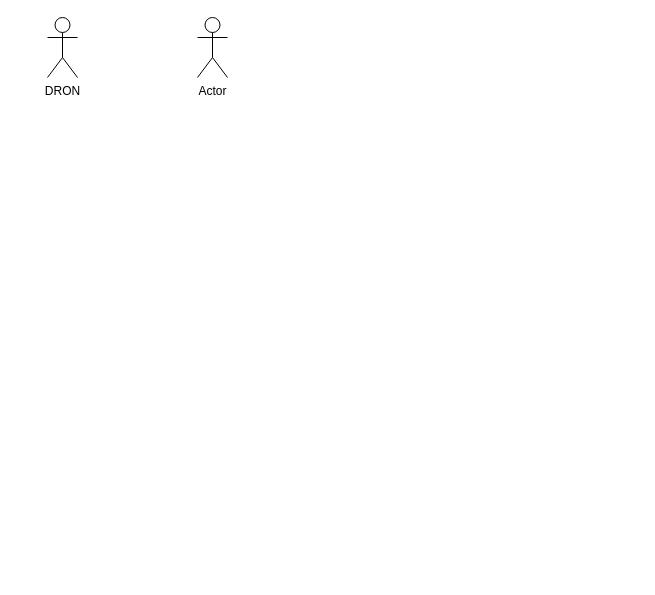
Above: DiagramaSecuenciaCaso3.drawio in Leche-de-flamenco/Proyecto-ETS (draw.io), before the change. Source tidied: cells renumbered, new cells numbered last; positions are measured from the earlier drawing's top-left corner, leaving out a move shared by most shapes. Both pictures are drawn from the tidied source at 100%, with x=0, y=0 at pixel (47, 17).
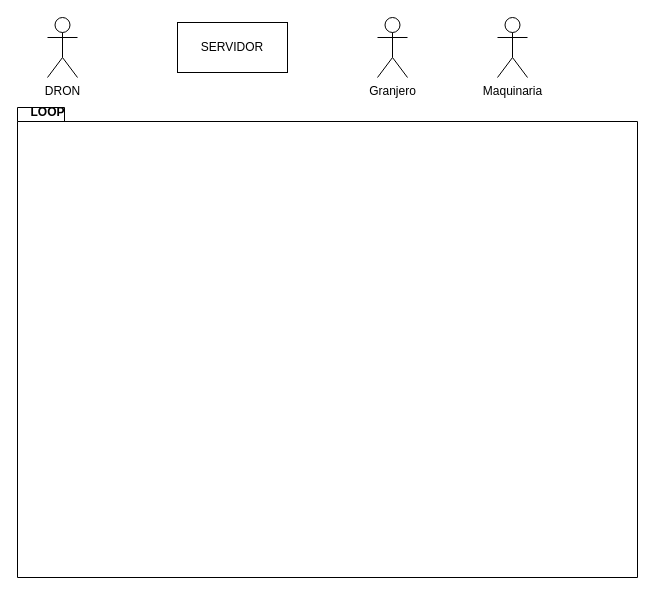
After the change.

What changed in the source:
```diff
@@
 <mxGraphModel>
   <root>
     <mxCell id="0" />
     <mxCell id="1" parent="0" />
     <mxCell id="2" value="DRON" style="shape=umlActor;verticalLabelPosition=bottom;verticalAlign=top;html=1;" parent="1" vertex="1">
       <mxGeometry width="30" height="60" as="geometry" />
     </mxCell>
-    <mxCell id="3" value="Actor" style="shape=umlActor;verticalLabelPosition=bottom;verticalAlign=top;html=1;" parent="1" vertex="1">
-      <mxGeometry x="150" width="30" height="60" as="geometry" />
+    <mxCell id="3" value="Granjero" style="shape=umlActor;verticalLabelPosition=bottom;verticalAlign=top;html=1;" parent="1" vertex="1">
+      <mxGeometry x="330" width="30" height="60" as="geometry" />
     </mxCell>
+    <mxCell id="4" value="SERVIDOR" style="html=1;whiteSpace=wrap;" parent="1" vertex="1">
+      <mxGeometry x="130" y="5" width="110" height="50" as="geometry" />
+    </mxCell>
+    <mxCell id="5" value="Maquinaria" style="shape=umlActor;verticalLabelPosition=bottom;verticalAlign=top;html=1;" parent="1" vertex="1">
+      <mxGeometry x="450" width="30" height="60" as="geometry" />
+    </mxCell>
+    <mxCell id="6" style="shape=folder;fontStyle=1;spacingTop=10;tabWidth=40;tabHeight=14;tabPosition=left;html=1;whiteSpace=wrap;fillColor=none;" parent="1" vertex="1">
+      <mxGeometry x="-30" y="90" width="620" height="470" as="geometry" />
+    </mxCell>
+    <mxCell id="7" value="LOOP" style="text;align=center;fontStyle=1;verticalAlign=middle;spacingLeft=3;spacingRight=3;strokeColor=none;html=1;" parent="1" vertex="1">
+      <mxGeometry x="-30" y="90" width="60" height="10" as="geometry" />
+    </mxCell>
   </root>
 </mxGraphModel>
```
